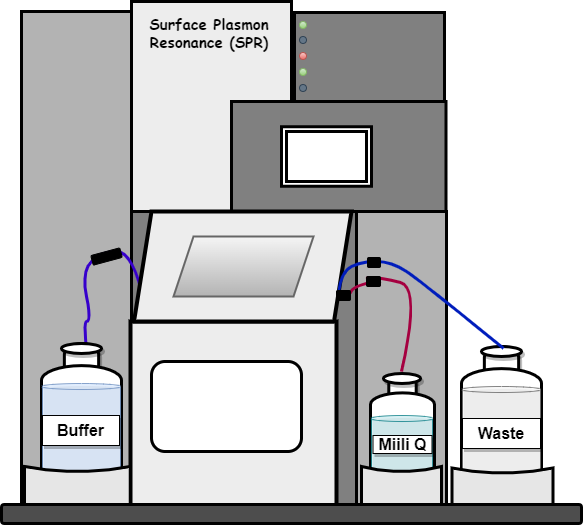
virtual-labs/exp-protein-ligand-spr-iitkgp keeps this draw.io diagram as experiment/simulation/images/sprmachine1.png. Above is the earlier version. Source tidied: cells renumbered, new cells last; positions are measured from the earlier drawing's top-left corner, leaving out a move shared by most shapes. Its diagram source:
```xml
<mxGraphModel>
  <root>
    <mxCell id="0" />
    <mxCell id="1" parent="0" />
    <mxCell id="2" style="rounded=0;whiteSpace=wrap;html=1;fillColor=#808080;strokeWidth=3;" parent="1" vertex="1">
      <mxGeometry x="40" y="210" width="404" height="301" as="geometry" />
    </mxCell>
    <mxCell id="3" style="rounded=0;whiteSpace=wrap;html=1;fillColor=#B3B3B3;strokeWidth=3;" parent="1" vertex="1">
      <mxGeometry x="20" y="10" width="110" height="500" as="geometry" />
    </mxCell>
    <mxCell id="4" style="curved=1;endArrow=none;html=1;rounded=0;endFill=0;strokeColor=#3700CC;strokeWidth=3;exitX=0.675;exitY=0.033;exitDx=0;exitDy=0;exitPerimeter=0;fillColor=#6a00ff;" parent="1" edge="1" source="21">
      <mxGeometry relative="1" as="geometry">
        <mxPoint x="140" y="290" as="targetPoint" />
        <Array as="points">
          <mxPoint x="80" y="320" />
          <mxPoint x="90" y="320" />
          <mxPoint x="80" y="270" />
          <mxPoint x="100" y="250" />
          <mxPoint x="130" y="250" />
        </Array>
      </mxGeometry>
    </mxCell>
    <mxCell id="5" style="rounded=0;whiteSpace=wrap;html=1;strokeWidth=4;fillColor=#EDEDED;" parent="1" vertex="1">
      <mxGeometry x="129" y="320" width="206" height="190" as="geometry" />
    </mxCell>
    <mxCell id="6" style="rounded=0;whiteSpace=wrap;html=1;fillColor=#808080;strokeWidth=3;" parent="1" vertex="1">
      <mxGeometry x="134.5" y="100" width="310" height="110" as="geometry" />
    </mxCell>
    <mxCell id="7" style="rounded=0;whiteSpace=wrap;html=1;fillColor=#808080;strokeWidth=3;" parent="1" vertex="1">
      <mxGeometry x="293" y="11" width="150" height="89" as="geometry" />
    </mxCell>
    <mxCell id="8" style="shape=corner;whiteSpace=wrap;html=1;dx=100;dy=100;strokeWidth=3;fillColor=#EDEDED;" parent="1" vertex="1">
      <mxGeometry x="130" width="160" height="210" as="geometry" />
    </mxCell>
    <mxCell id="9" style="rounded=0;whiteSpace=wrap;html=1;strokeWidth=3;" parent="1" vertex="1">
      <mxGeometry x="280" y="125.2" width="90" height="59.5" as="geometry" />
    </mxCell>
    <mxCell id="10" style="rounded=1;whiteSpace=wrap;html=1;strokeWidth=3;" parent="1" vertex="1">
      <mxGeometry x="150" y="360" width="150" height="90" as="geometry" />
    </mxCell>
    <mxCell id="11" style="shape=parallelogram;perimeter=parallelogramPerimeter;whiteSpace=wrap;html=1;fixedSize=1;size=17.5;strokeWidth=4;fillColor=#EDEDED;" parent="1" vertex="1">
      <mxGeometry x="132.5" y="210" width="217.5" height="110" as="geometry" />
    </mxCell>
    <mxCell id="12" style="rounded=0;whiteSpace=wrap;html=1;fillColor=#B3B3B3;strokeWidth=3;" parent="1" vertex="1">
      <mxGeometry x="355" y="210" width="90" height="300" as="geometry" />
    </mxCell>
    <mxCell id="13" style="shape=parallelogram;perimeter=parallelogramPerimeter;whiteSpace=wrap;html=1;fixedSize=1;strokeWidth=2;fillColor=#f5f5f5;gradientColor=#b3b3b3;strokeColor=#666666;" parent="1" vertex="1">
      <mxGeometry x="172" y="235" width="140" height="60" as="geometry" />
    </mxCell>
    <mxCell id="14" style="ellipse;whiteSpace=wrap;html=1;fillColor=#d5e8d4;gradientColor=#97d077;strokeColor=#82b366;" parent="1" vertex="1">
      <mxGeometry x="298" y="20" width="7" height="7" as="geometry" />
    </mxCell>
    <mxCell id="15" style="ellipse;whiteSpace=wrap;html=1;fillColor=#647687;strokeColor=#314354;fontColor=#ffffff;" parent="1" vertex="1">
      <mxGeometry x="298" y="35" width="7" height="7" as="geometry" />
    </mxCell>
    <mxCell id="16" style="ellipse;whiteSpace=wrap;html=1;fillColor=#f8cecc;gradientColor=#ea6b66;strokeColor=#b85450;" parent="1" vertex="1">
      <mxGeometry x="298" y="51" width="7" height="7" as="geometry" />
    </mxCell>
    <mxCell id="17" style="ellipse;whiteSpace=wrap;html=1;fillColor=#d5e8d4;gradientColor=#97d077;strokeColor=#82b366;" parent="1" vertex="1">
      <mxGeometry x="298" y="67" width="7" height="7" as="geometry" />
    </mxCell>
    <mxCell id="18" style="ellipse;whiteSpace=wrap;html=1;fillColor=#647687;fontColor=#ffffff;strokeColor=#314354;" parent="1" vertex="1">
      <mxGeometry x="298" y="83" width="7" height="7" as="geometry" />
    </mxCell>
    <mxCell id="19" style="shape=mxgraph.pid.vessels.gas_bottle;html=1;align=center;verticalLabelPosition=bottom;verticalAlign=top;dashed=0;strokeWidth=3;shadow=1;" parent="1" vertex="1">
      <mxGeometry x="40" y="342" width="80" height="140" as="geometry" />
    </mxCell>
    <mxCell id="20" style="shape=cylinder3;whiteSpace=wrap;html=1;boundedLbl=1;backgroundOutline=1;size=3;shadow=1;fontSize=16;strokeWidth=1;opacity=80;fillColor=#dae8fc;strokeColor=#6c8ebf;" parent="1" vertex="1">
      <mxGeometry x="41" y="382" width="78" height="100" as="geometry" />
    </mxCell>
    <mxCell id="21" value="&lt;b&gt;&lt;font style=&quot;font-size: 16px;&quot;&gt;Buffer&lt;/font&gt;&lt;/b&gt;" style="rounded=1;whiteSpace=wrap;html=1;shadow=1;strokeWidth=1;arcSize=0;" parent="1" vertex="1">
      <mxGeometry x="41" y="414" width="77" height="30" as="geometry" />
    </mxCell>
    <mxCell id="22" style="ellipse;whiteSpace=wrap;html=1;shadow=1;fontSize=16;strokeWidth=3;" parent="1" vertex="1">
      <mxGeometry x="60" y="342" width="40" height="10" as="geometry" />
    </mxCell>
    <mxCell id="23" style="shape=dataStorage;whiteSpace=wrap;html=1;fixedSize=1;rotation=-90;size=5;strokeWidth=3;fillColor=#E6E6E6;" parent="1" vertex="1">
      <mxGeometry x="53.4" y="434.7" width="45" height="105.6" as="geometry" />
    </mxCell>
    <mxCell id="24" style="shape=mxgraph.pid.vessels.gas_bottle;html=1;align=center;verticalLabelPosition=bottom;verticalAlign=top;dashed=0;strokeWidth=3;shadow=1;" parent="1" vertex="1">
      <mxGeometry x="460" y="345" width="80" height="140" as="geometry" />
    </mxCell>
    <mxCell id="25" style="shape=cylinder3;whiteSpace=wrap;html=1;boundedLbl=1;backgroundOutline=1;size=3;shadow=1;fontSize=16;strokeWidth=1;opacity=80;fillColor=#f5f5f5;strokeColor=#666666;fontColor=#333333;" parent="1" vertex="1">
      <mxGeometry x="461" y="385" width="78" height="100" as="geometry" />
    </mxCell>
    <mxCell id="26" value="&lt;b&gt;&lt;font style=&quot;font-size: 16px;&quot;&gt;Waste&lt;/font&gt;&lt;/b&gt;" style="rounded=1;whiteSpace=wrap;html=1;shadow=1;strokeWidth=1;arcSize=0;" parent="1" vertex="1">
      <mxGeometry x="461" y="417" width="78" height="30" as="geometry" />
    </mxCell>
    <mxCell id="27" style="ellipse;whiteSpace=wrap;html=1;shadow=1;fontSize=16;strokeWidth=3;" parent="1" vertex="1">
      <mxGeometry x="480" y="345" width="40" height="10" as="geometry" />
    </mxCell>
    <mxCell id="28" style="shape=dataStorage;whiteSpace=wrap;html=1;fixedSize=1;rotation=-90;size=5;strokeWidth=3;fillColor=#E6E6E6;" parent="1" vertex="1">
      <mxGeometry x="478.5" y="438.5" width="45" height="101" as="geometry" />
    </mxCell>
    <mxCell id="29" style="curved=1;endArrow=none;html=1;rounded=0;entryX=0.525;entryY=0.014;entryDx=0;entryDy=0;entryPerimeter=0;exitX=1;exitY=0.75;exitDx=0;exitDy=0;endFill=0;strokeColor=#001DBC;strokeWidth=3;fillColor=#0050ef;" parent="1" edge="1" source="11" target="24">
      <mxGeometry relative="1" as="geometry">
        <Array as="points">
          <mxPoint x="340" y="270" />
          <mxPoint x="360" y="260" />
          <mxPoint x="390" y="260" />
          <mxPoint x="420" y="280" />
        </Array>
      </mxGeometry>
    </mxCell>
    <mxCell id="30" style="shape=mxgraph.pid.vessels.gas_bottle;html=1;align=center;verticalLabelPosition=bottom;verticalAlign=top;dashed=0;strokeWidth=3;shadow=1;" parent="1" vertex="1">
      <mxGeometry x="369" y="374" width="64" height="110" as="geometry" />
    </mxCell>
    <mxCell id="31" style="shape=cylinder3;whiteSpace=wrap;html=1;boundedLbl=1;backgroundOutline=1;size=3;shadow=1;fontSize=16;strokeWidth=1;opacity=80;fillColor=#CEECF0;strokeColor=#0e8088;" parent="1" vertex="1">
      <mxGeometry x="370" y="414" width="61" height="70" as="geometry" />
    </mxCell>
    <mxCell id="32" value="&lt;span style=&quot;font-size: 16px;&quot;&gt;&lt;b&gt;Miili Q&lt;/b&gt;&lt;/span&gt;" style="rounded=1;whiteSpace=wrap;html=1;shadow=1;strokeWidth=1;arcSize=0;" parent="1" vertex="1">
      <mxGeometry x="371.5" y="434" width="59" height="18" as="geometry" />
    </mxCell>
    <mxCell id="33" style="shape=dataStorage;whiteSpace=wrap;html=1;fixedSize=1;rotation=-90;size=5;strokeWidth=3;fillColor=#E6E6E6;" parent="1" vertex="1">
      <mxGeometry x="377.5" y="447.5" width="45" height="80" as="geometry" />
    </mxCell>
    <mxCell id="34" style="curved=1;endArrow=none;html=1;rounded=0;exitX=1;exitY=0.75;exitDx=0;exitDy=0;endFill=0;strokeColor=#A50040;strokeWidth=3;fillColor=#d80073;" parent="1" edge="1" source="39">
      <mxGeometry relative="1" as="geometry">
        <mxPoint x="400" y="370" as="targetPoint" />
        <Array as="points">
          <mxPoint x="359" y="276" />
          <mxPoint x="379" y="276" />
          <mxPoint x="419" y="286" />
        </Array>
      </mxGeometry>
    </mxCell>
    <mxCell id="35" style="ellipse;whiteSpace=wrap;html=1;shadow=1;fontSize=16;strokeWidth=3;" parent="1" vertex="1">
      <mxGeometry x="382" y="372" width="37" height="10" as="geometry" />
    </mxCell>
    <mxCell id="36" style="rounded=1;whiteSpace=wrap;html=1;strokeWidth=3;fillColor=#4D4D4D;" parent="1" vertex="1">
      <mxGeometry y="503" width="580" height="19" as="geometry" />
    </mxCell>
    <mxCell id="37" style="rounded=1;whiteSpace=wrap;html=1;rotation=-15;fillColor=#000000;" parent="1" vertex="1">
      <mxGeometry x="90" y="250" width="30" height="10" as="geometry" />
    </mxCell>
    <mxCell id="38" style="curved=1;endArrow=none;html=1;rounded=0;exitX=1;exitY=0.75;exitDx=0;exitDy=0;endFill=0;strokeColor=#A50040;strokeWidth=3;fillColor=#d80073;" parent="1" edge="1" target="39">
      <mxGeometry relative="1" as="geometry">
        <mxPoint x="348.4" y="292.5" as="sourcePoint" />
        <Array as="points">
          <mxPoint x="349" y="286" />
        </Array>
      </mxGeometry>
    </mxCell>
    <mxCell id="39" style="rounded=1;whiteSpace=wrap;html=1;rotation=0;fillColor=#000000;" parent="1" vertex="1">
      <mxGeometry x="365" y="275" width="14" height="10" as="geometry" />
    </mxCell>
    <mxCell id="40" style="rounded=1;whiteSpace=wrap;html=1;rotation=0;fillColor=#000000;" parent="1" vertex="1">
      <mxGeometry x="366" y="256" width="13" height="10" as="geometry" />
    </mxCell>
    <mxCell id="41" style="curved=1;endArrow=none;html=1;rounded=0;exitX=1;exitY=0.75;exitDx=0;exitDy=0;endFill=0;strokeColor=#A50040;strokeWidth=3;fillColor=#d80073;" parent="1" edge="1">
      <mxGeometry relative="1" as="geometry">
        <mxPoint x="336" y="295" as="sourcePoint" />
        <mxPoint x="336.2" y="294.8" as="targetPoint" />
      </mxGeometry>
    </mxCell>
    <mxCell id="42" style="rounded=1;whiteSpace=wrap;html=1;rotation=0;fillColor=#000000;" parent="1" vertex="1">
      <mxGeometry x="335" y="289" width="14" height="10" as="geometry" />
    </mxCell>
    <mxCell id="43" value="Surface Plasmon Resonance (SPR)" style="text;html=1;strokeColor=none;fillColor=none;align=center;verticalAlign=middle;whiteSpace=wrap;rounded=0;fontStyle=1;fontSize=15;horizontal=1;fontFamily=Comic Sans MS;" parent="1" vertex="1">
      <mxGeometry x="132.5" y="11" width="150" height="39" as="geometry" />
    </mxCell>
    <mxCell id="44" style="rounded=0;whiteSpace=wrap;html=1;strokeWidth=3;" parent="1" vertex="1">
      <mxGeometry x="285" y="130" width="80" height="50" as="geometry" />
    </mxCell>
  </root>
</mxGraphModel>
```
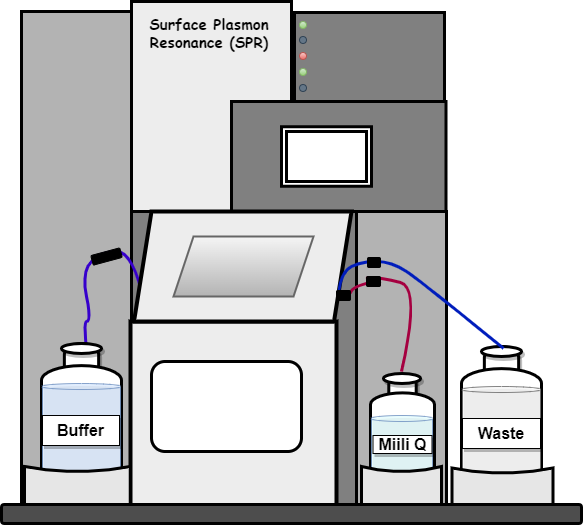
After the change.

Diff of the diagram source:
```diff
@@ -105,7 +105,7 @@
     <mxCell id="30" style="shape=mxgraph.pid.vessels.gas_bottle;html=1;align=center;verticalLabelPosition=bottom;verticalAlign=top;dashed=0;strokeWidth=3;shadow=1;" parent="1" vertex="1">
       <mxGeometry x="369" y="374" width="64" height="110" as="geometry" />
     </mxCell>
-    <mxCell id="31" style="shape=cylinder3;whiteSpace=wrap;html=1;boundedLbl=1;backgroundOutline=1;size=3;shadow=1;fontSize=16;strokeWidth=1;opacity=80;fillColor=#CEECF0;strokeColor=#0e8088;" parent="1" vertex="1">
+    <mxCell id="31" style="shape=cylinder3;whiteSpace=wrap;html=1;boundedLbl=1;backgroundOutline=1;size=3;shadow=1;fontSize=16;strokeWidth=1;opacity=80;fillColor=#E3FBFC;strokeColor=#6c8ebf;" parent="1" vertex="1">
       <mxGeometry x="370" y="414" width="61" height="70" as="geometry" />
     </mxCell>
     <mxCell id="32" value="&lt;span style=&quot;font-size: 16px;&quot;&gt;&lt;b&gt;Miili Q&lt;/b&gt;&lt;/span&gt;" style="rounded=1;whiteSpace=wrap;html=1;shadow=1;strokeWidth=1;arcSize=0;" parent="1" vertex="1">
```
